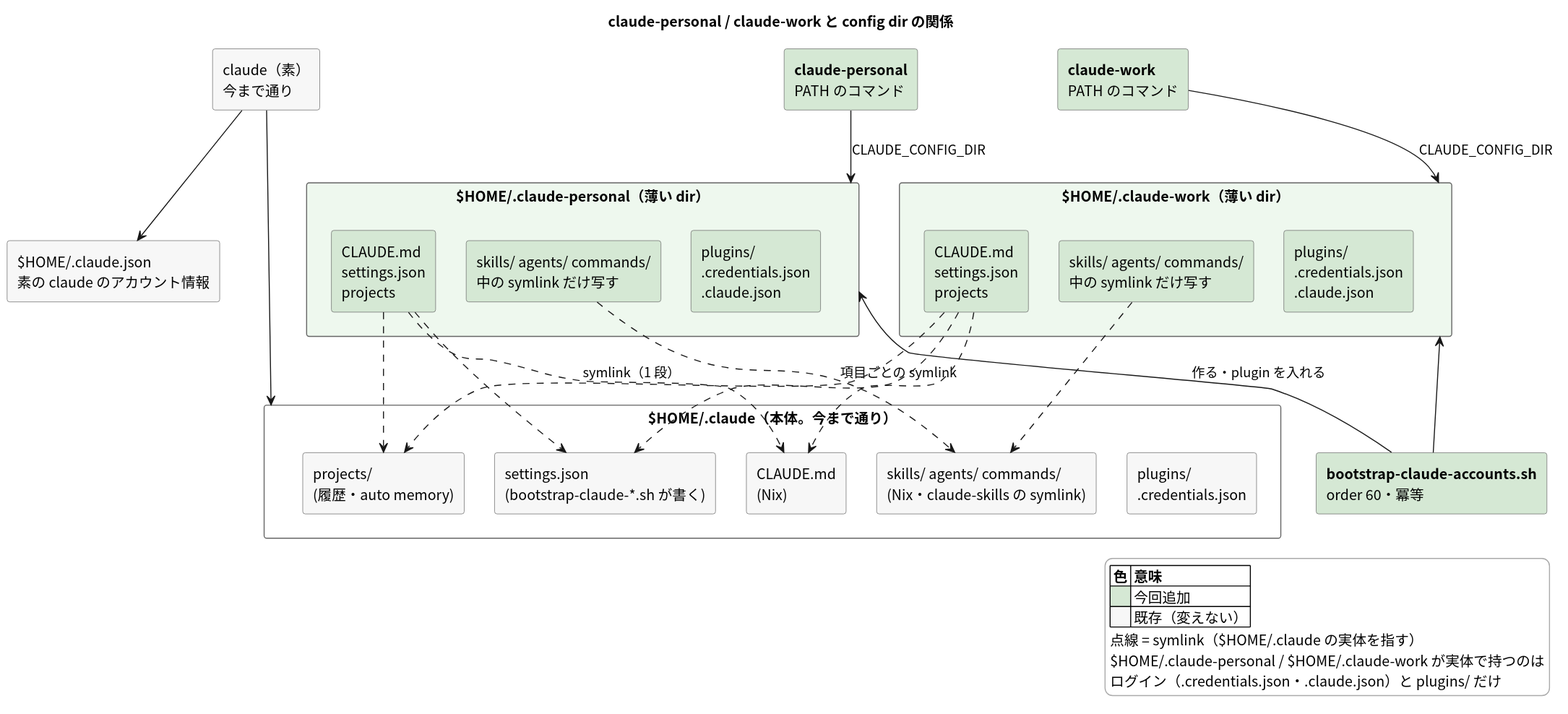
This is docs/adr/009_claude_account_config_dirs_20260927T161411JST/plantuml/out/01_layout.svg from pollenjp/dotfiles, a PlantUML export, as it was before one commit. Source of this version:
```plantuml
@startuml
skinparam backgroundColor #FFFFFF
skinparam defaultFontName "Noto Sans CJK JP"
skinparam shadowing false
skinparam nodesep 30
skinparam ranksep 55
skinparam rectangle {
  BorderColor #666666
  BackgroundColor #F7F7F7
}
skinparam legend {
  BackgroundColor #FFFFFF
  BorderColor #AAAAAA
}

title claude-personal / claude-work と config dir の関係

rectangle "claude（素）\n今まで通り" as c0
rectangle "**claude-personal**\nPATH のコマンド" as cp #D5E8D4
rectangle "**claude-work**\nPATH のコマンド" as cw #D5E8D4

rectangle "$HOME/.claude.json\n素の claude のアカウント情報" as b_json

rectangle "$HOME/.claude（本体。今まで通り）" as base #FFFFFF {
  rectangle "CLAUDE.md\n(Nix)" as b_md
  rectangle "settings.json\n(bootstrap-claude-*.sh が書く)" as b_set
  rectangle "projects/\n(履歴・auto memory)" as b_proj
  rectangle "skills/ agents/ commands/\n(Nix・claude-skills の symlink)" as b_sk
  rectangle "plugins/\n.credentials.json" as b_own
}

rectangle "$HOME/.claude-personal（薄い dir）" as p #EEF8EE {
  rectangle "CLAUDE.md\nsettings.json\nprojects" as p_ln #D5E8D4
  rectangle "skills/ agents/ commands/\n中の symlink だけ写す" as p_sk #D5E8D4
  rectangle "plugins/\n.credentials.json\n.claude.json" as p_own #D5E8D4
}

rectangle "$HOME/.claude-work（薄い dir）" as w #EEF8EE {
  rectangle "CLAUDE.md\nsettings.json\nprojects" as w_ln #D5E8D4
  rectangle "skills/ agents/ commands/\n中の symlink だけ写す" as w_sk #D5E8D4
  rectangle "plugins/\n.credentials.json\n.claude.json" as w_own #D5E8D4
}

rectangle "**bootstrap-claude-accounts.sh**\norder 60・冪等" as boot #D5E8D4

c0 -[hidden]right-> cp
cp -[hidden]right-> cw

c0 --> base
c0 --> b_json
cp --> p : CLAUDE_CONFIG_DIR
cw --> w : CLAUDE_CONFIG_DIR

p_ln ..> b_md : symlink（1 段）
p_ln ..> b_set
p_ln ..> b_proj
p_sk ..> b_sk : 項目ごとの symlink
w_ln ..> b_md
w_ln ..> b_set
w_ln ..> b_proj
w_sk ..> b_sk

boot -up-> p : 作る・plugin を入れる
boot -up-> w

legend right
  |= 色 |= 意味 |
  |<#D5E8D4>| 今回追加 |
  |<#F7F7F7>| 既存（変えない） |
  点線 = symlink（$HOME/.claude の実体を指す）
  $HOME/.claude-personal / $HOME/.claude-work が実体で持つのは
  ログイン（.credentials.json・.claude.json）と plugins/ だけ
endlegend
@enduml
```
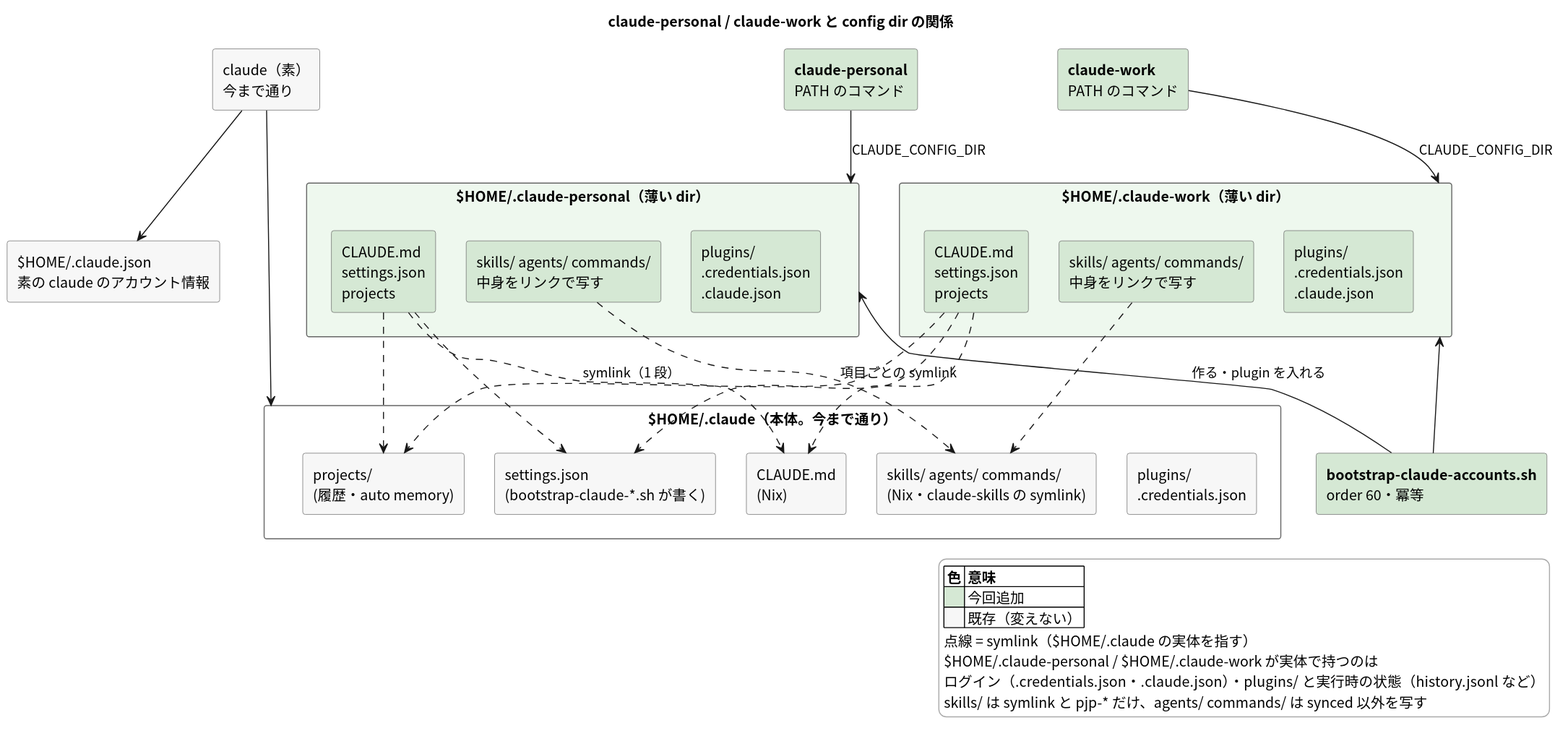
Later version of the same file.

The edit, as a diff of the source:
```diff
@@ -31,13 +31,13 @@
 
 rectangle "$HOME/.claude-personal（薄い dir）" as p #EEF8EE {
   rectangle "CLAUDE.md\nsettings.json\nprojects" as p_ln #D5E8D4
-  rectangle "skills/ agents/ commands/\n中の symlink だけ写す" as p_sk #D5E8D4
+  rectangle "skills/ agents/ commands/\n中身をリンクで写す" as p_sk #D5E8D4
   rectangle "plugins/\n.credentials.json\n.claude.json" as p_own #D5E8D4
 }
 
 rectangle "$HOME/.claude-work（薄い dir）" as w #EEF8EE {
   rectangle "CLAUDE.md\nsettings.json\nprojects" as w_ln #D5E8D4
-  rectangle "skills/ agents/ commands/\n中の symlink だけ写す" as w_sk #D5E8D4
+  rectangle "skills/ agents/ commands/\n中身をリンクで写す" as w_sk #D5E8D4
   rectangle "plugins/\n.credentials.json\n.claude.json" as w_own #D5E8D4
 }
 
@@ -69,6 +69,7 @@
   |<#F7F7F7>| 既存（変えない） |
   点線 = symlink（$HOME/.claude の実体を指す）
   $HOME/.claude-personal / $HOME/.claude-work が実体で持つのは
-  ログイン（.credentials.json・.claude.json）と plugins/ だけ
+  ログイン（.credentials.json・.claude.json）・plugins/ と実行時の状態（history.jsonl など）
+  skills/ は symlink と pjp-* だけ、agents/ commands/ は synced 以外を写す
 endlegend
 @enduml
```
